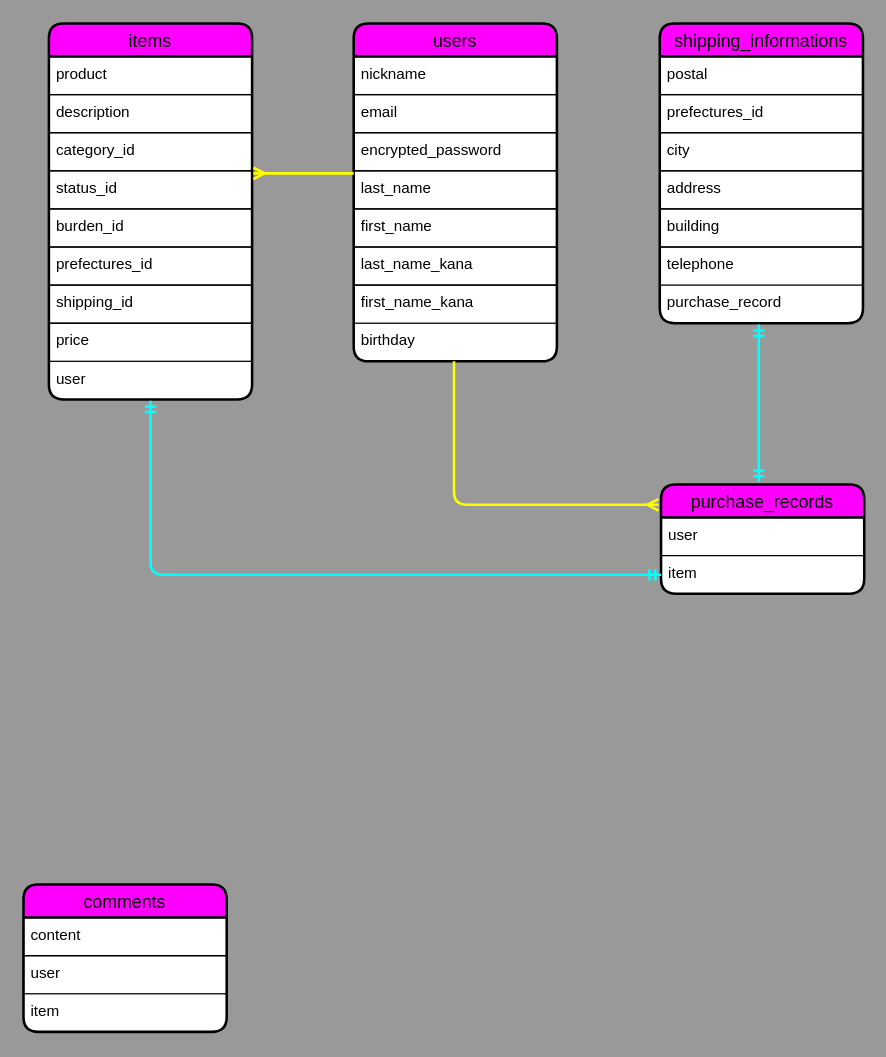
ko-dai0404/furima-37742 keeps this draw.io diagram as table.dio. Above is the earlier version. Source tidied: cells renumbered, new cells numbered last; positions are measured from the earlier drawing's top-left corner, leaving out a move shared by most shapes. Both pictures are drawn from the tidied source at 127%, with x=0, y=0 at pixel (23, 23).
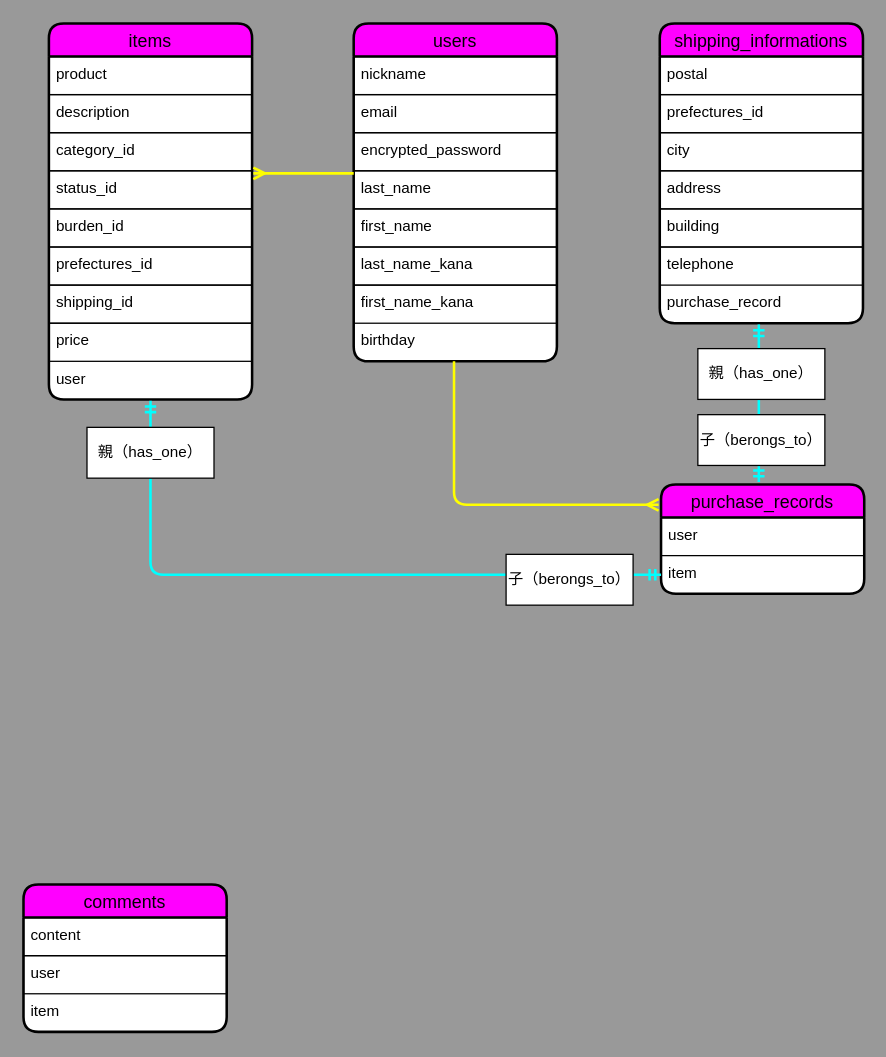
Above is the later version.

Commit message (it also covers changes not shown here):
ER図とREADME.mdの修正３

What changed in the source:
```diff
@@
+    <mxCell id="40" value="親（has_one）" style="whiteSpace=wrap;html=1;align=center;" parent="1" vertex="1">
+      <mxGeometry x="50" y="318" width="100" height="40" as="geometry" />
+    </mxCell>
+    <mxCell id="41" value="親（has_one）" style="whiteSpace=wrap;html=1;align=center;" parent="1" vertex="1">
+      <mxGeometry x="531" y="256" width="100" height="40" as="geometry" />
+    </mxCell>
+    <mxCell id="42" value="子（berongs_to）" style="whiteSpace=wrap;html=1;align=center;" parent="1" vertex="1">
+      <mxGeometry x="380" y="418" width="100" height="40" as="geometry" />
+    </mxCell>
+    <mxCell id="43" value="子（berongs_to）" style="whiteSpace=wrap;html=1;align=center;" parent="1" vertex="1">
+      <mxGeometry x="531" y="308" width="100" height="40" as="geometry" />
+    </mxCell>
```
